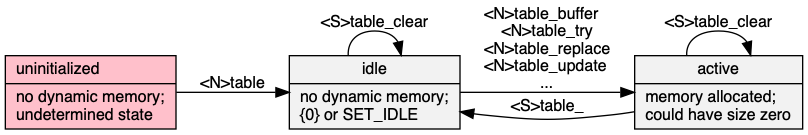
Above: web/states.png in neil-edelman/boxes (Graphviz), before the change. Its source is kept beside it as web/states.gv.
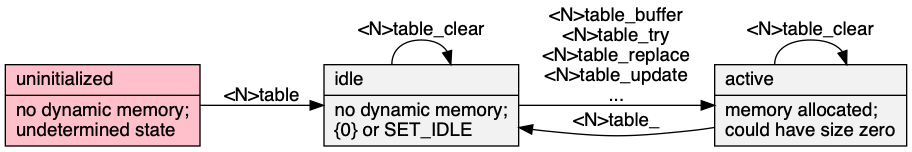
After the commit.

The edit, as a diff of the source:
```diff
@@ -1,19 +1,13 @@
 digraph {
-	rankdir = LR;
-	graph [truecolor=true, bgcolor=transparent];
-	node [shape = "record", style=filled, fillcolor="Grey95"];
-	fontname = "Bitstream Vera Sans";
-	fontsize = 12;
-	node [fontname = "Bitstream Vera Sans", fontsize = 12];
-	edge [fontname = "Bitstream Vera Sans" fontsize = 12];
-
-	node [shape=record, style=filled];
-	null [label="uninitialized\l|no dynamic memory;\lundetermined state\l", fillcolor="Pink"];
-	static [ label = "idle|no dynamic memory;\l\{0\} or SET_IDLE\l" ];
-	dynamic [ label = "active|memory allocated;\lcould have size zero\l" ];
-	null -> static [ label = "<N>table" ];
-	static -> dynamic [ label = "<N>table_buffer\l<N>table_try\n<N>table_replace\n<N>table_update\l..." ];
-	dynamic -> static [ label = "<S>table_" ];
-	dynamic -> dynamic [ label = "<S>table_clear" ];
-	static -> static [ label = "<S>table_clear" ];
+	graph [rankdir = LR, truecolor=true, bgcolor=transparent, fontname = "Bitstream Vera Sans"];
+	node [shape=record, style=filled, fillcolor="Grey95", fontname="Bitstream Vera Sans"];
+	edge [fontname="Bitstream Vera Sans"];
+	null [label = "uninitialized\l|no dynamic memory;\lundetermined state\l", fillcolor="Pink"];
+	static [label = "idle\l|no dynamic memory;\l\{0\} or SET_IDLE\l"];
+	dynamic [label = "active\l|memory allocated;\lcould have size zero\l"];
+	null -> static [label = "<N>table"];
+	static -> dynamic [ label = "<N>table_buffer\n<N>table_try\n<N>table_replace\n<N>table_update\n..." ];
+	dynamic -> static [label = "<N>table_"];
+	dynamic -> dynamic [label = "<N>table_clear"];
+	static -> static [ label = "<N>table_clear"];
 }
```
